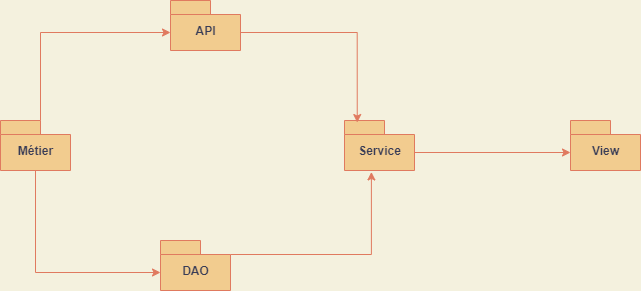
The draw.io diagram diagrammes/diagramme_package_client.png in TheAIWizard/Ensaeats, before a commit. Source tidied: cells renumbered, new cells last; positions are measured from the earlier drawing's top-left corner, leaving out a move shared by most shapes.
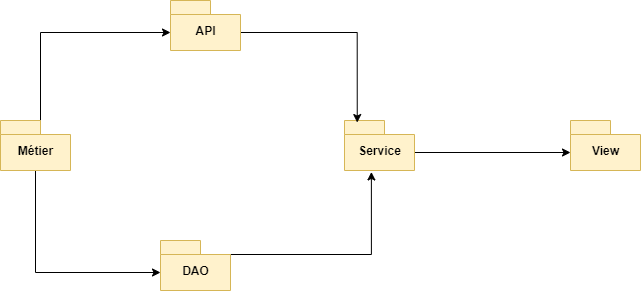
Later version of the same file.

Change to the diagram source:
```diff
@@ -1,39 +1,39 @@
-<mxGraphModel background="#F4F1DE">
+<mxGraphModel>
   <root>
     <mxCell id="0" />
     <mxCell id="1" parent="0" />
-    <mxCell id="2" style="edgeStyle=orthogonalEdgeStyle;rounded=0;jettySize=auto;html=1;exitX=0;exitY=0;exitDx=70;exitDy=32;exitPerimeter=0;entryX=0;entryY=0;entryDx=0;entryDy=32;entryPerimeter=0;labelBackgroundColor=#F4F1DE;strokeColor=#E07A5F;fontColor=#393C56;" parent="1" edge="1" source="3" target="9">
+    <mxCell id="2" style="edgeStyle=orthogonalEdgeStyle;rounded=0;jettySize=auto;html=1;exitX=0;exitY=0;exitDx=70;exitDy=32;exitPerimeter=0;entryX=0;entryY=0;entryDx=0;entryDy=32;entryPerimeter=0;" parent="1" edge="1" source="3" target="9">
       <mxGeometry relative="1" as="geometry" />
     </mxCell>
-    <mxCell id="3" value="Service" style="shape=folder;fontStyle=1;spacingTop=10;tabWidth=40;tabHeight=14;tabPosition=left;html=1;fillColor=#F2CC8F;strokeColor=#E07A5F;fontColor=#393C56;" parent="1" vertex="1">
+    <mxCell id="3" value="&lt;font color=&quot;#000000&quot;&gt;Service&lt;/font&gt;" style="shape=folder;fontStyle=1;spacingTop=10;tabWidth=40;tabHeight=14;tabPosition=left;html=1;fillColor=#fff2cc;strokeColor=#d6b656;" parent="1" vertex="1">
       <mxGeometry x="344" y="120" width="70" height="50" as="geometry" />
     </mxCell>
-    <mxCell id="4" style="edgeStyle=orthogonalEdgeStyle;rounded=0;jettySize=auto;html=1;exitX=0;exitY=0;exitDx=70;exitDy=32;exitPerimeter=0;entryX=0.182;entryY=0.041;entryDx=0;entryDy=0;entryPerimeter=0;labelBackgroundColor=#F4F1DE;strokeColor=#E07A5F;fontColor=#393C56;" parent="1" edge="1" source="5" target="3">
+    <mxCell id="4" style="edgeStyle=orthogonalEdgeStyle;rounded=0;jettySize=auto;html=1;exitX=0;exitY=0;exitDx=70;exitDy=32;exitPerimeter=0;entryX=0.182;entryY=0.041;entryDx=0;entryDy=0;entryPerimeter=0;" parent="1" edge="1" source="5" target="3">
       <mxGeometry relative="1" as="geometry">
         <Array as="points">
           <mxPoint x="357" y="32" />
         </Array>
       </mxGeometry>
     </mxCell>
-    <mxCell id="5" value="API" style="shape=folder;fontStyle=1;spacingTop=10;tabWidth=40;tabHeight=14;tabPosition=left;html=1;fillColor=#F2CC8F;strokeColor=#E07A5F;fontColor=#393C56;" parent="1" vertex="1">
+    <mxCell id="5" value="&lt;font color=&quot;#000000&quot;&gt;API&lt;/font&gt;" style="shape=folder;fontStyle=1;spacingTop=10;tabWidth=40;tabHeight=14;tabPosition=left;html=1;fillColor=#fff2cc;strokeColor=#d6b656;" parent="1" vertex="1">
       <mxGeometry x="170" width="70" height="50" as="geometry" />
     </mxCell>
-    <mxCell id="6" style="edgeStyle=orthogonalEdgeStyle;rounded=0;jettySize=auto;html=1;exitX=0;exitY=0;exitDx=40;exitDy=0;exitPerimeter=0;entryX=0;entryY=0;entryDx=0;entryDy=32;entryPerimeter=0;labelBackgroundColor=#F4F1DE;strokeColor=#E07A5F;fontColor=#393C56;" parent="1" edge="1" source="8" target="5">
+    <mxCell id="6" style="edgeStyle=orthogonalEdgeStyle;rounded=0;jettySize=auto;html=1;exitX=0;exitY=0;exitDx=40;exitDy=0;exitPerimeter=0;entryX=0;entryY=0;entryDx=0;entryDy=32;entryPerimeter=0;" parent="1" edge="1" source="8" target="5">
       <mxGeometry relative="1" as="geometry" />
     </mxCell>
-    <mxCell id="7" style="edgeStyle=orthogonalEdgeStyle;rounded=0;jettySize=auto;html=1;exitX=0.5;exitY=1;exitDx=0;exitDy=0;exitPerimeter=0;entryX=0;entryY=0;entryDx=0;entryDy=32;entryPerimeter=0;labelBackgroundColor=#F4F1DE;strokeColor=#E07A5F;fontColor=#393C56;" parent="1" edge="1" source="8" target="11">
+    <mxCell id="7" style="edgeStyle=orthogonalEdgeStyle;rounded=0;jettySize=auto;html=1;exitX=0.5;exitY=1;exitDx=0;exitDy=0;exitPerimeter=0;entryX=0;entryY=0;entryDx=0;entryDy=32;entryPerimeter=0;" parent="1" edge="1" source="8" target="11">
       <mxGeometry relative="1" as="geometry" />
     </mxCell>
-    <mxCell id="8" value="Métier" style="shape=folder;fontStyle=1;spacingTop=10;tabWidth=40;tabHeight=14;tabPosition=left;html=1;fillColor=#F2CC8F;strokeColor=#E07A5F;fontColor=#393C56;" parent="1" vertex="1">
+    <mxCell id="8" value="&lt;font color=&quot;#000000&quot;&gt;Métier&lt;/font&gt;" style="shape=folder;fontStyle=1;spacingTop=10;tabWidth=40;tabHeight=14;tabPosition=left;html=1;fillColor=#fff2cc;strokeColor=#d6b656;" parent="1" vertex="1">
       <mxGeometry y="120" width="70" height="50" as="geometry" />
     </mxCell>
-    <mxCell id="9" value="View" style="shape=folder;fontStyle=1;spacingTop=10;tabWidth=40;tabHeight=14;tabPosition=left;html=1;fillColor=#F2CC8F;strokeColor=#E07A5F;fontColor=#393C56;" parent="1" vertex="1">
+    <mxCell id="9" value="&lt;font color=&quot;#000000&quot;&gt;View&lt;/font&gt;" style="shape=folder;fontStyle=1;spacingTop=10;tabWidth=40;tabHeight=14;tabPosition=left;html=1;fillColor=#fff2cc;strokeColor=#d6b656;" parent="1" vertex="1">
       <mxGeometry x="570" y="120" width="70" height="50" as="geometry" />
     </mxCell>
-    <mxCell id="10" style="edgeStyle=orthogonalEdgeStyle;rounded=0;jettySize=auto;html=1;exitX=0;exitY=0;exitDx=70;exitDy=14;exitPerimeter=0;entryX=0.384;entryY=1.029;entryDx=0;entryDy=0;entryPerimeter=0;labelBackgroundColor=#F4F1DE;strokeColor=#E07A5F;fontColor=#393C56;" parent="1" edge="1" source="11" target="3">
+    <mxCell id="10" style="edgeStyle=orthogonalEdgeStyle;rounded=0;jettySize=auto;html=1;exitX=0;exitY=0;exitDx=70;exitDy=14;exitPerimeter=0;entryX=0.384;entryY=1.029;entryDx=0;entryDy=0;entryPerimeter=0;" parent="1" edge="1" source="11" target="3">
       <mxGeometry relative="1" as="geometry" />
     </mxCell>
-    <mxCell id="11" value="DAO" style="shape=folder;fontStyle=1;spacingTop=10;tabWidth=40;tabHeight=14;tabPosition=left;html=1;fillColor=#F2CC8F;strokeColor=#E07A5F;fontColor=#393C56;" parent="1" vertex="1">
+    <mxCell id="11" value="&lt;font color=&quot;#000000&quot;&gt;DAO&lt;/font&gt;" style="shape=folder;fontStyle=1;spacingTop=10;tabWidth=40;tabHeight=14;tabPosition=left;html=1;fillColor=#fff2cc;strokeColor=#d6b656;" parent="1" vertex="1">
       <mxGeometry x="160" y="240" width="70" height="50" as="geometry" />
     </mxCell>
   </root>
```
